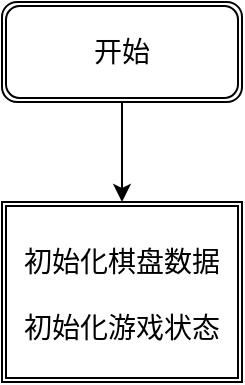
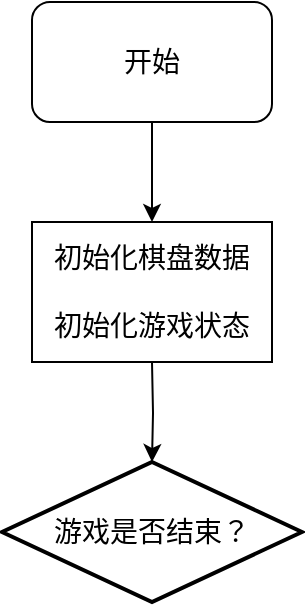
<mxfile host="app.diagrams.net">
  <diagram name="Page-1" id="Ut53iUmTTLsHKbGdxMO9">
    <mxGraphModel dx="2054" dy="1198" grid="1" gridSize="10" guides="1" tooltips="1" connect="1" arrows="1" fold="1" page="1" pageScale="1" pageWidth="827" pageHeight="1169" math="0" shadow="0">
      <root>
        <mxCell id="0" />
        <mxCell id="1" parent="0" />
-         <mxCell id="LBzLqDpE-ghOYlSVNWWL-3" edge="1" parent="1" source="LBzLqDpE-ghOYlSVNWWL-1" style="edgeStyle=orthogonalEdgeStyle;rounded=0;orthogonalLoop=1;jettySize=auto;html=1;exitX=0.5;exitY=1;exitDx=0;exitDy=0;entryX=0.5;entryY=0;entryDx=0;entryDy=0;" target="LBzLqDpE-ghOYlSVNWWL-2">
+         <mxCell id="LBzLqDpE-ghOYlSVNWWL-4" parent="1" style="strokeWidth=2;html=1;shape=mxgraph.flowchart.decision;whiteSpace=wrap;" value="&lt;font style=&quot;font-size: 14px;&quot;&gt;游戏是否结束？&lt;/font&gt;" vertex="1">
+           <mxGeometry height="70" width="150" x="339" y="250" as="geometry" />
+         </mxCell>
+         <mxCell id="LBzLqDpE-ghOYlSVNWWL-5" edge="1" parent="1" style="edgeStyle=orthogonalEdgeStyle;rounded=0;orthogonalLoop=1;jettySize=auto;html=1;exitX=0.5;exitY=1;exitDx=0;exitDy=0;entryX=0.5;entryY=0;entryDx=0;entryDy=0;entryPerimeter=0;" target="LBzLqDpE-ghOYlSVNWWL-4">
+           <mxGeometry relative="1" as="geometry">
+             <mxPoint x="414" y="200" as="sourcePoint" />
+           </mxGeometry>
+         </mxCell>
+         <mxCell id="LBzLqDpE-ghOYlSVNWWL-6" parent="1" style="rounded=0;whiteSpace=wrap;html=1;" value="&lt;font style=&quot;font-size: 14px;&quot;&gt;初始化棋盘数据&lt;/font&gt;&lt;div&gt;&lt;font style=&quot;font-size: 14px;&quot;&gt;&lt;br&gt;&lt;/font&gt;&lt;/div&gt;&lt;div&gt;&lt;font style=&quot;font-size: 14px;&quot;&gt;初始化游戏状态&lt;/font&gt;&lt;/div&gt;" vertex="1">
+           <mxGeometry height="70" width="120" x="354" y="130" as="geometry" />
+         </mxCell>
+         <mxCell id="LBzLqDpE-ghOYlSVNWWL-8" edge="1" parent="1" source="LBzLqDpE-ghOYlSVNWWL-7" style="edgeStyle=orthogonalEdgeStyle;rounded=0;orthogonalLoop=1;jettySize=auto;html=1;exitX=0.5;exitY=1;exitDx=0;exitDy=0;entryX=0.5;entryY=0;entryDx=0;entryDy=0;" target="LBzLqDpE-ghOYlSVNWWL-6">
          <mxGeometry relative="1" as="geometry" />
        </mxCell>
-         <mxCell id="LBzLqDpE-ghOYlSVNWWL-1" parent="1" style="shape=ext;double=1;rounded=1;whiteSpace=wrap;html=1;" value="&lt;font style=&quot;font-size: 14px;&quot;&gt;开始&lt;/font&gt;" vertex="1">
-           <mxGeometry height="50" width="120" x="354" y="10" as="geometry" />
-         </mxCell>
-         <mxCell id="LBzLqDpE-ghOYlSVNWWL-2" parent="1" style="shape=ext;double=1;rounded=0;whiteSpace=wrap;html=1;" value="&lt;div&gt;&lt;font style=&quot;font-size: 14px;&quot;&gt;&lt;br&gt;&lt;/font&gt;&lt;/div&gt;&lt;font style=&quot;font-size: 14px;&quot;&gt;初始化棋盘数据&lt;/font&gt;&lt;div&gt;&lt;span style=&quot;font-size: 14px;&quot;&gt;&lt;br&gt;&lt;/span&gt;&lt;div&gt;&lt;font style=&quot;font-size: 14px;&quot;&gt;初始化游戏状态&lt;/font&gt;&lt;/div&gt;&lt;div&gt;&lt;div&gt;&lt;br&gt;&lt;/div&gt;&lt;/div&gt;&lt;/div&gt;" vertex="1">
-           <mxGeometry height="90" width="120" x="354" y="110" as="geometry" />
+         <mxCell id="LBzLqDpE-ghOYlSVNWWL-7" parent="1" style="rounded=1;whiteSpace=wrap;html=1;" value="&lt;font style=&quot;font-size: 14px;&quot;&gt;开始&lt;/font&gt;" vertex="1">
+           <mxGeometry height="60" width="120" x="354" y="20" as="geometry" />
        </mxCell>
      </root>
    </mxGraphModel>
  </diagram>
</mxfile>
